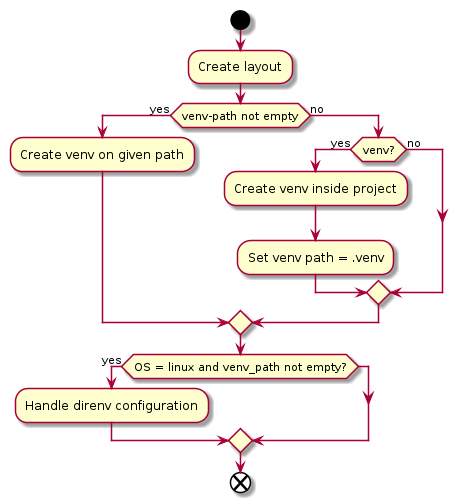
This is docs/uml/project.png from constrict0r/amanita, a PlantUML export, as it was before one commit.
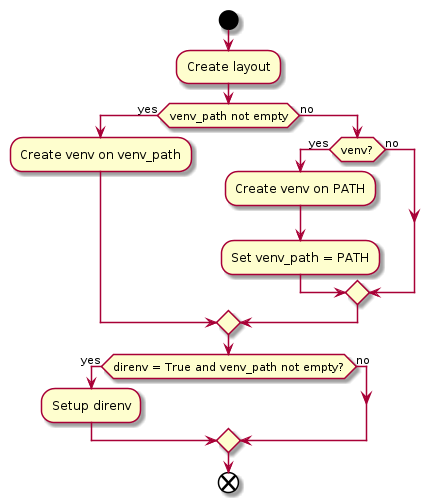
After the change.

Commit message:
Add direnv configuration

Diff of the diagram source:
```diff
@@ -2,18 +2,19 @@
 start
 :Create layout;
 
-if (venv-path not empty) then (yes)
-  :Create venv on given path;
+if (venv_path not empty) then (yes)
+  :Create venv on venv_path;
 else (no)
   if (venv?) then (yes)
-    :Create venv inside project;
-    :Set venv path = .venv;
+    :Create venv on PATH;
+    :Set venv_path = PATH;
   else (no)
   endif
 endif
 
-if (OS = linux and venv_path not empty?) then (yes)
-  :Handle direnv configuration;
+if (direnv = True and venv_path not empty?) then (yes)
+  :Setup direnv;
+else (no)
 endif
 end
 @enduml
```
